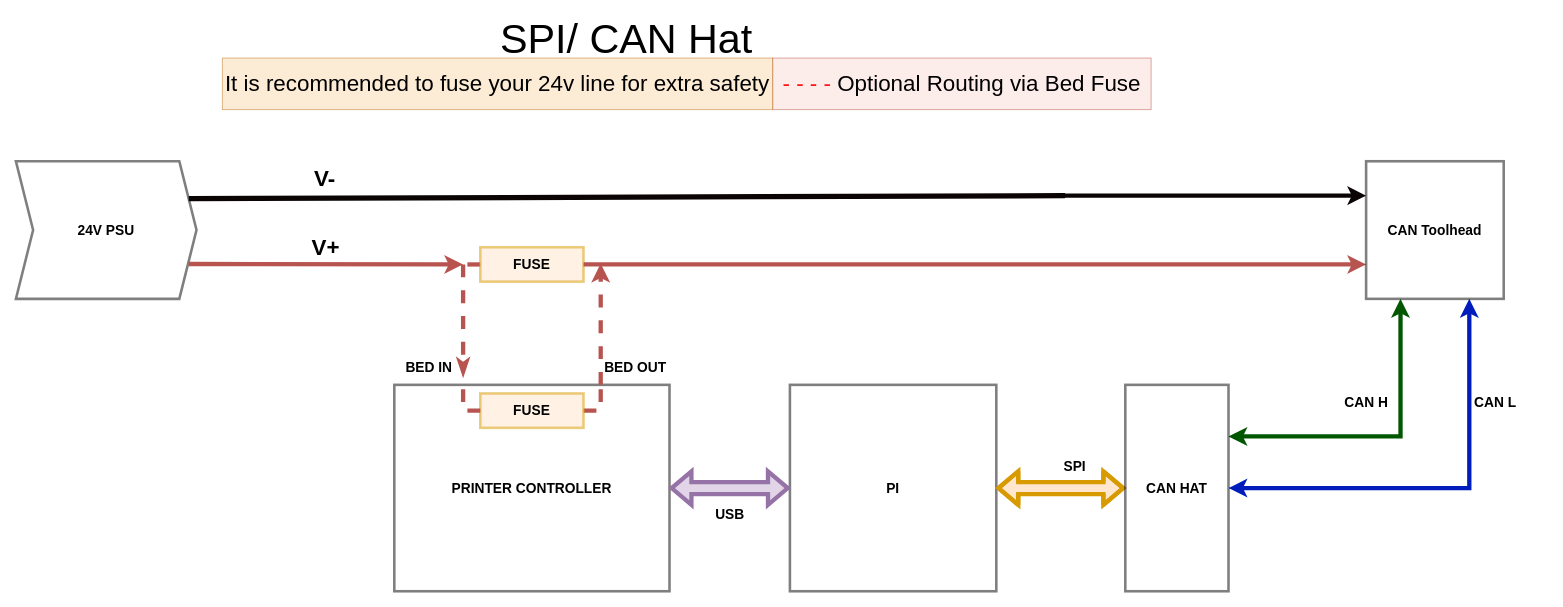
Above: images/canhat_wiring.drawio in maz0r/klipper_canbus (draw.io), before the change. Source tidied: cells renumbered, new cells numbered last; positions are measured from the earlier drawing's top-left corner, leaving out a move shared by most shapes. Both pictures are drawn from the tidied source at 86%, with x=0, y=0 at pixel (15, 23).
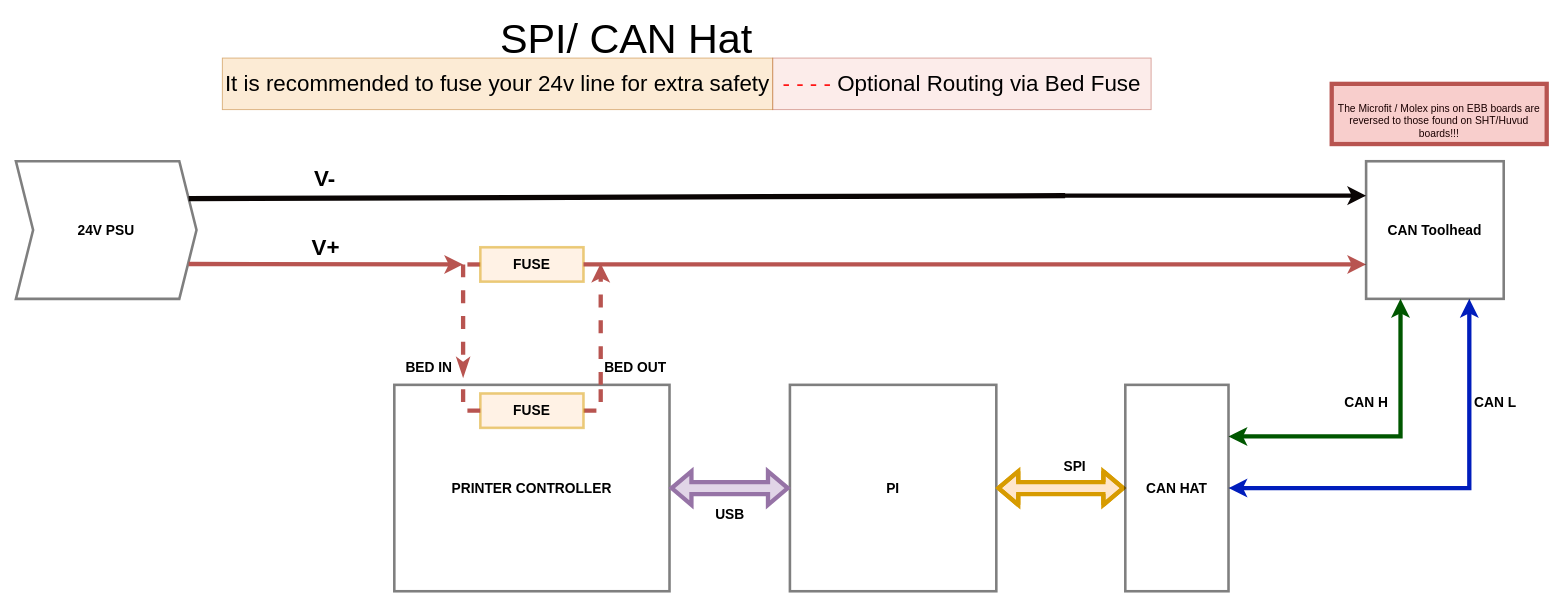
After the change.

The edit, as a diff of the source:
```diff
@@
+    <mxCell id="25" value="&lt;div style=&quot;font-size: 12px;&quot;&gt;&lt;font style=&quot;font-size: 12px;&quot; color=&quot;#1A0101&quot;&gt;The Microfit / Molex pins on EBB boards are reversed to those found on SHT/Huvud boards!!!&lt;/font&gt;&lt;/div&gt;" style="text;html=1;strokeColor=#b85450;fillColor=#f8cecc;spacing=5;spacingTop=-20;whiteSpace=wrap;overflow=hidden;rounded=0;fontSize=12;align=center;verticalAlign=bottom;strokeWidth=5;labelPosition=center;verticalLabelPosition=middle;" parent="1" vertex="1">
+      <mxGeometry x="1530" y="70" width="250" height="70" as="geometry" />
+    </mxCell>
```
